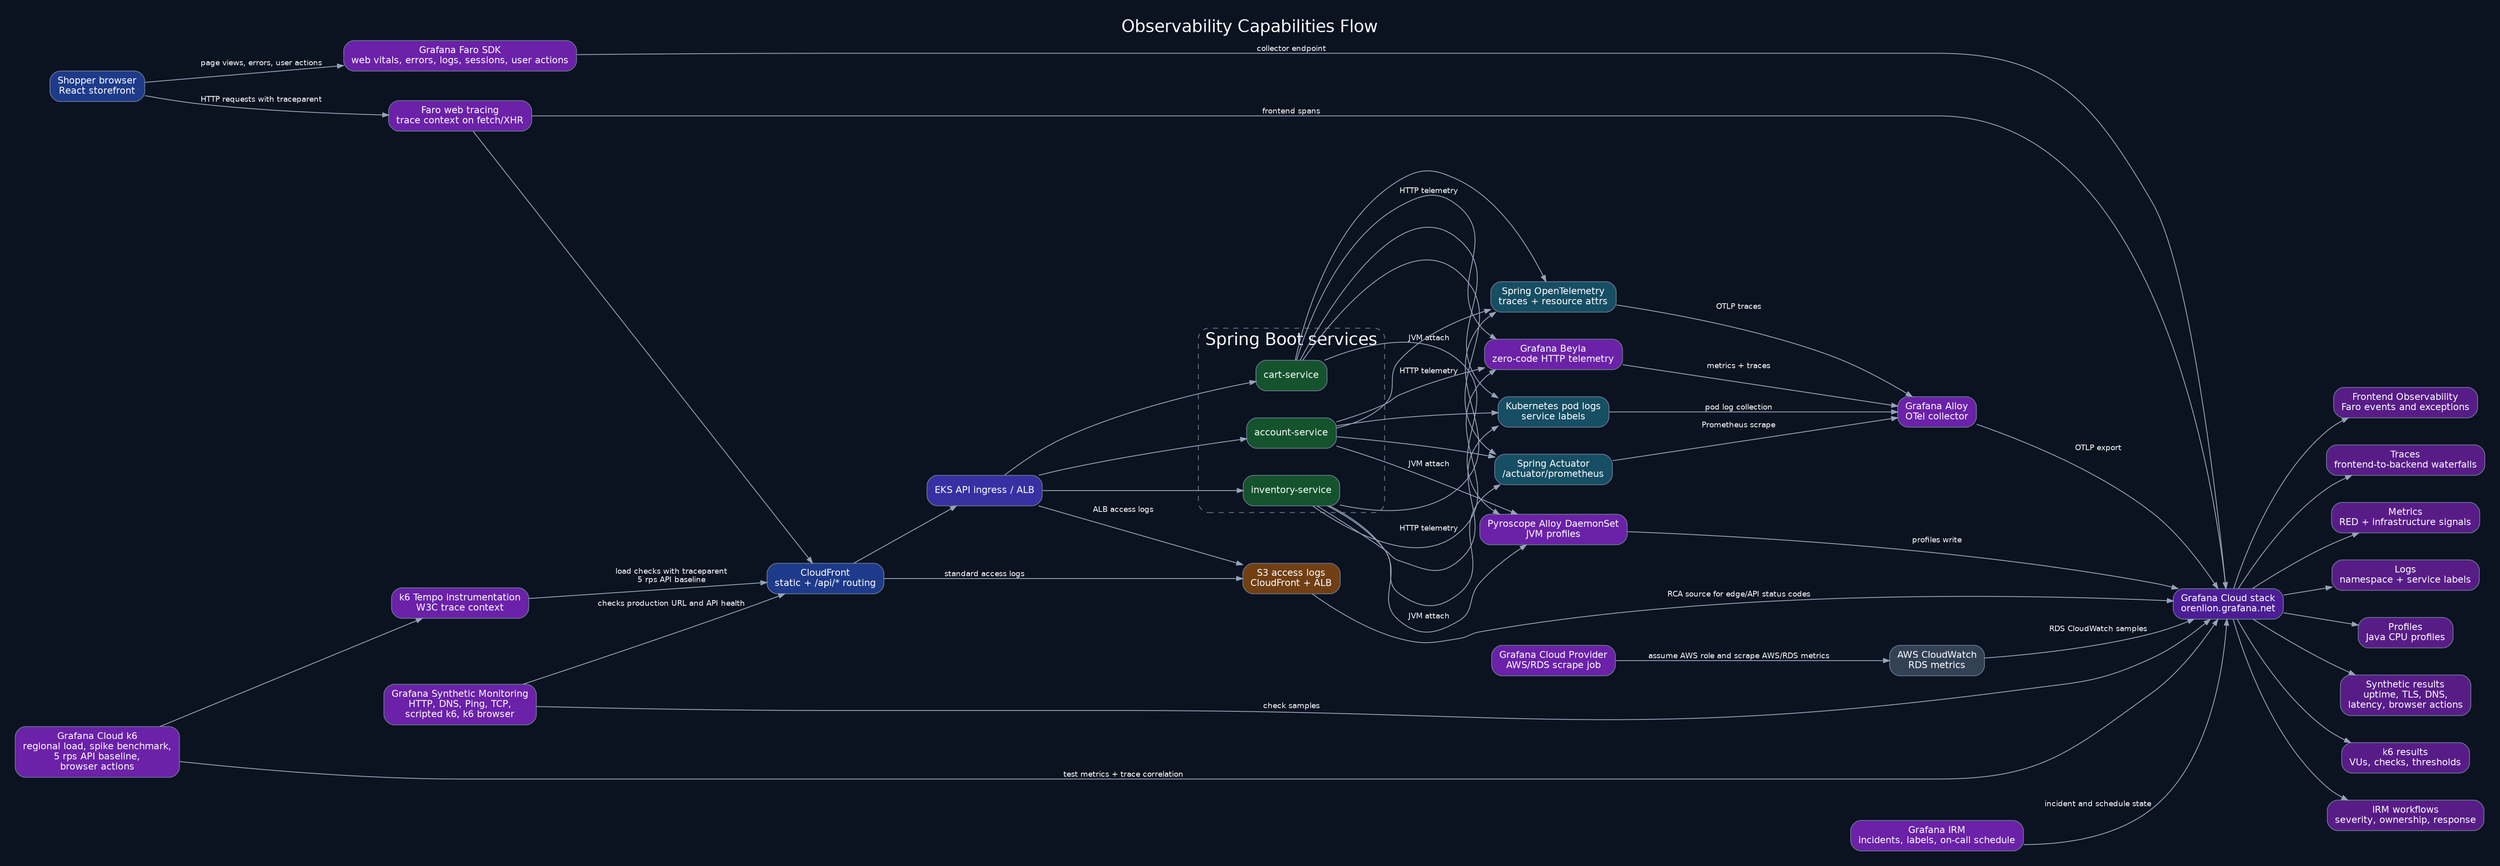
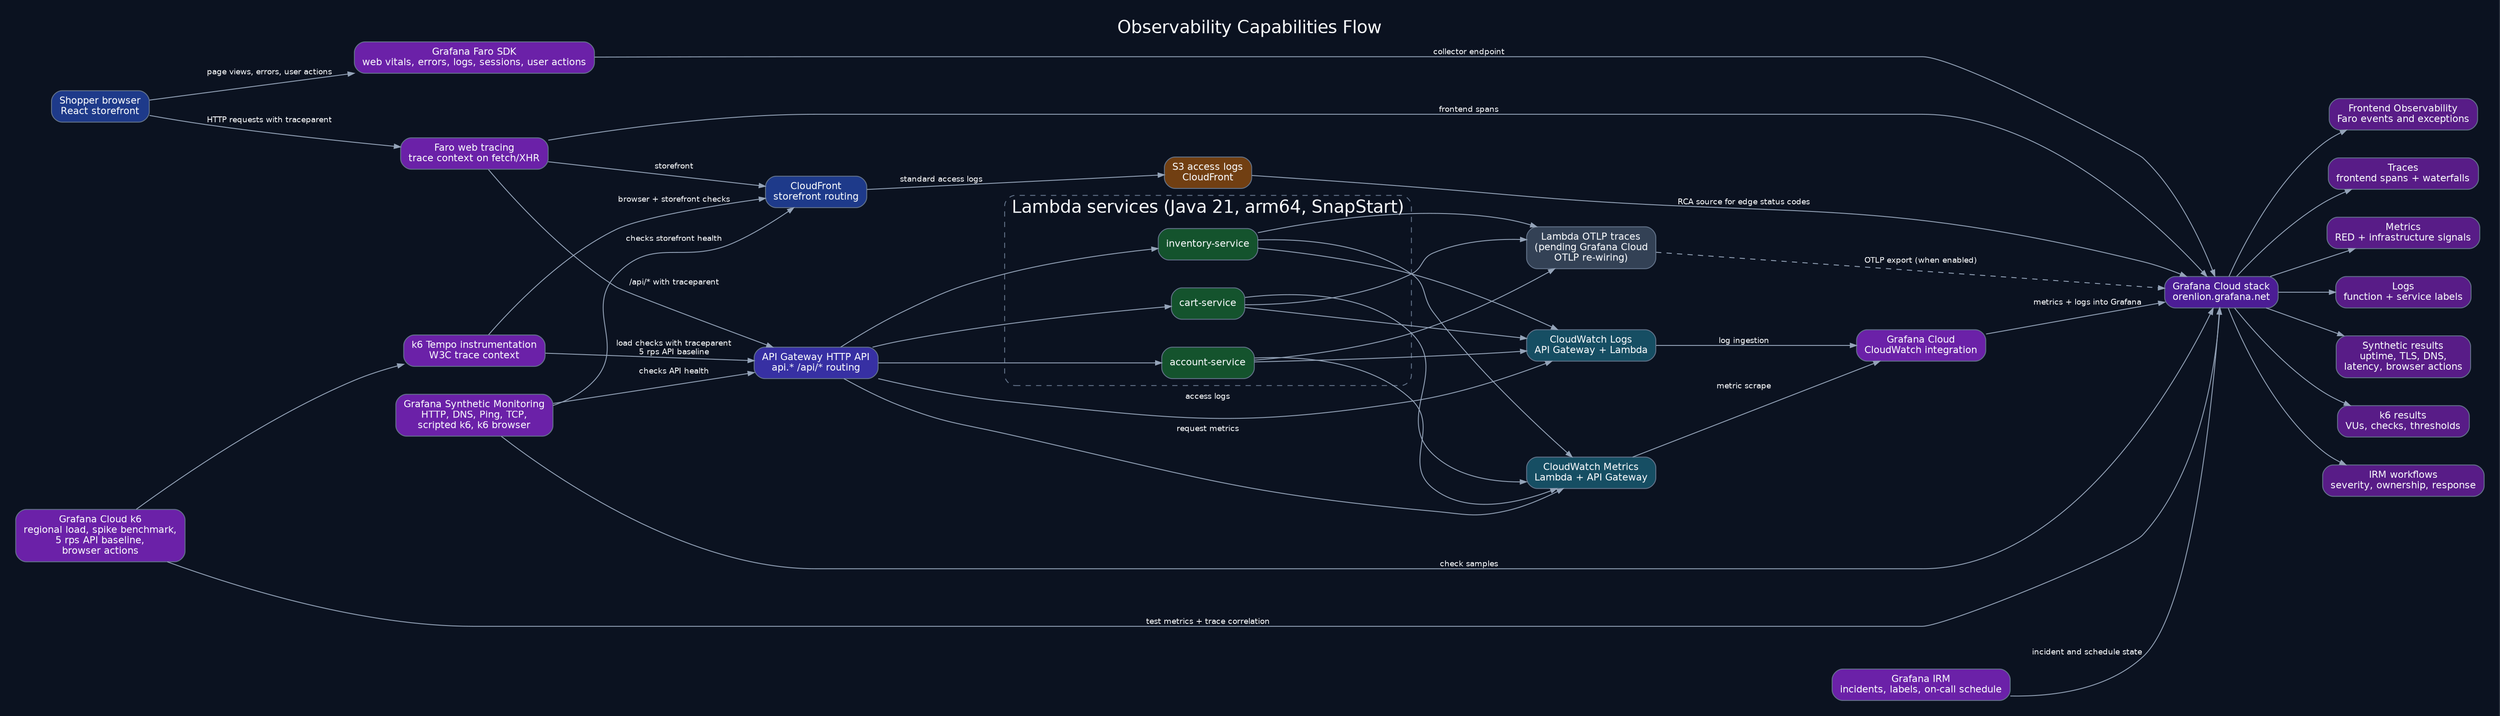
digraph observability_capabilities_flow {
  rankdir=LR;
  label="Observability Capabilities Flow";

  graph [
    fontname="Helvetica",
    fontsize=20,
    labelloc=t,
    bgcolor="#0b1220",
    fontcolor="#f8fafc",
    pad=0.25,
    nodesep=0.45,
    ranksep=0.7
  ];
  node [
    shape=box,
    style="rounded,filled",
    fontname="Helvetica",
    fontsize=11,
    color="#64748b",
    fillcolor="#111827",
    fontcolor="#f8fafc",
    margin="0.12,0.08"
  ];
  edge [
    fontname="Helvetica",
    fontsize=9,
    color="#94a3b8",
    fontcolor="#f8fafc",
    arrowsize=0.7
  ];


  browser [label="Shopper browser\nReact storefront", fillcolor="#1e3a8a"];
  faro [label="Grafana Faro SDK\nweb vitals, errors, logs, sessions, user actions", fillcolor="#6b21a8"];
  tracing [label="Faro web tracing\ntrace context on fetch/XHR", fillcolor="#6b21a8"];
-   cloudfront [label="CloudFront\nstatic + /api/* routing", fillcolor="#1e3a8a"];
-   ingress [label="EKS API ingress / ALB", fillcolor="#3730a3"];
-   edgeLogs [label="S3 access logs\nCloudFront + ALB", fillcolor="#713f12"];
+   cloudfront [label="CloudFront\nstorefront routing", fillcolor="#1e3a8a"];
+   apiGw [label="API Gateway HTTP API\napi.* /api/* routing", fillcolor="#3730a3"];
+   edgeLogs [label="S3 access logs\nCloudFront", fillcolor="#713f12"];

  subgraph cluster_services {
-     label="Spring Boot services";
+     label="Lambda services (Java 21, arm64, SnapStart)";
    color="#64748b";
    fontcolor="#f8fafc";
    style="rounded,dashed";
    inventory [label="inventory-service", fillcolor="#14532d"];
    cart [label="cart-service", fillcolor="#14532d"];
    account [label="account-service", fillcolor="#14532d"];
  }

-   actuator [label="Spring Actuator\n/actuator/prometheus", fillcolor="#164e63"];
-   otel [label="Spring OpenTelemetry\ntraces + resource attrs", fillcolor="#164e63"];
-   logs [label="Kubernetes pod logs\nservice labels", fillcolor="#164e63"];
-   beyla [label="Grafana Beyla\nzero-code HTTP telemetry", fillcolor="#6b21a8"];
-   pyroscope [label="Pyroscope Alloy DaemonSet\nJVM profiles", fillcolor="#6b21a8"];
-   alloy [label="Grafana Alloy\nOTel collector", fillcolor="#6b21a8"];
-   cloudwatch [label="AWS CloudWatch\nRDS metrics", fillcolor="#334155"];
-   cloudwatchScrape [label="Grafana Cloud Provider\nAWS/RDS scrape job", fillcolor="#6b21a8"];
+   otel [label="Lambda OTLP traces\n(pending Grafana Cloud\nOTLP re-wiring)", fillcolor="#334155"];
+   cwLogs [label="CloudWatch Logs\nAPI Gateway + Lambda", fillcolor="#164e63"];
+   cwMetrics [label="CloudWatch Metrics\nLambda + API Gateway", fillcolor="#164e63"];
+   cwIntegration [label="Grafana Cloud\nCloudWatch integration", fillcolor="#6b21a8"];
  synth [label="Grafana Synthetic Monitoring\nHTTP, DNS, Ping, TCP,\nscripted k6, k6 browser", fillcolor="#6b21a8"];
  k6 [label="Grafana Cloud k6\nregional load, spike benchmark,\n5 rps API baseline,\nbrowser actions", fillcolor="#6b21a8"];
  k6Tracing [label="k6 Tempo instrumentation\nW3C trace context", fillcolor="#6b21a8"];
  irm [label="Grafana IRM\nincidents, labels, on-call schedule", fillcolor="#6b21a8"];

  grafana [label="Grafana Cloud stack\norenlion.grafana.net", fillcolor="#4c1d95"];
  frontendObs [label="Frontend Observability\nFaro events and exceptions", fillcolor="#581c87"];
-   tempo [label="Traces\nfrontend-to-backend waterfalls", fillcolor="#581c87"];
+   tempo [label="Traces\nfrontend spans + waterfalls", fillcolor="#581c87"];
  prometheus [label="Metrics\nRED + infrastructure signals", fillcolor="#581c87"];
-   loki [label="Logs\nnamespace + service labels", fillcolor="#581c87"];
-   profiles [label="Profiles\nJava CPU profiles", fillcolor="#581c87"];
+   loki [label="Logs\nfunction + service labels", fillcolor="#581c87"];
  smResults [label="Synthetic results\nuptime, TLS, DNS,\nlatency, browser actions", fillcolor="#581c87"];
  k6Results [label="k6 results\nVUs, checks, thresholds", fillcolor="#581c87"];
  incidents [label="IRM workflows\nseverity, ownership, response", fillcolor="#581c87"];

  browser -> faro [label="page views, errors, user actions"];
  browser -> tracing [label="HTTP requests with traceparent"];
-   tracing -> cloudfront -> ingress;
+   tracing -> cloudfront [label="storefront"];
+   tracing -> apiGw [label="/api/* with traceparent"];
  cloudfront -> edgeLogs [label="standard access logs"];
-   ingress -> edgeLogs [label="ALB access logs"];
-   ingress -> inventory;
-   ingress -> cart;
-   ingress -> account;
+   apiGw -> inventory;
+   apiGw -> cart;
+   apiGw -> account;
  faro -> grafana [label="collector endpoint"];
  tracing -> grafana [label="frontend spans"];
-   inventory -> actuator;
-   cart -> actuator;
-   account -> actuator;
  inventory -> otel;
  cart -> otel;
  account -> otel;
-   inventory -> logs;
-   cart -> logs;
-   account -> logs;
-   inventory -> beyla [label="HTTP telemetry"];
-   cart -> beyla [label="HTTP telemetry"];
-   account -> beyla [label="HTTP telemetry"];
-   inventory -> pyroscope [label="JVM attach"];
-   cart -> pyroscope [label="JVM attach"];
-   account -> pyroscope [label="JVM attach"];
-   actuator -> alloy [label="Prometheus scrape"];
-   otel -> alloy [label="OTLP traces"];
-   logs -> alloy [label="pod log collection"];
-   edgeLogs -> grafana [label="RCA source for edge/API status codes"];
-   beyla -> alloy [label="metrics + traces"];
-   pyroscope -> grafana [label="profiles write"];
-   alloy -> grafana [label="OTLP export"];
-   cloudwatchScrape -> cloudwatch [label="assume AWS role and scrape AWS/RDS metrics"];
-   cloudwatch -> grafana [label="RDS CloudWatch samples"];
-   synth -> cloudfront [label="checks production URL and API health"];
+   inventory -> cwLogs;
+   cart -> cwLogs;
+   account -> cwLogs;
+   inventory -> cwMetrics;
+   cart -> cwMetrics;
+   account -> cwMetrics;
+   apiGw -> cwLogs [label="access logs"];
+   apiGw -> cwMetrics [label="request metrics"];
+   cwLogs -> cwIntegration [label="log ingestion"];
+   cwMetrics -> cwIntegration [label="metric scrape"];
+   otel -> grafana [label="OTLP export (when enabled)", style=dashed];
+   edgeLogs -> grafana [label="RCA source for edge status codes"];
+   cwIntegration -> grafana [label="metrics + logs into Grafana"];
+   synth -> cloudfront [label="checks storefront health"];
+   synth -> apiGw [label="checks API health"];
  synth -> grafana [label="check samples"];
  k6 -> k6Tracing;
-   k6Tracing -> cloudfront [label="load checks with traceparent\n5 rps API baseline"];
+   k6Tracing -> apiGw [label="load checks with traceparent\n5 rps API baseline"];
+   k6Tracing -> cloudfront [label="browser + storefront checks"];
  k6 -> grafana [label="test metrics + trace correlation"];
  irm -> grafana [label="incident and schedule state"];
  grafana -> frontendObs;
  grafana -> tempo;
  grafana -> prometheus;
  grafana -> loki;
-   grafana -> profiles;
  grafana -> smResults;
  grafana -> k6Results;
  grafana -> incidents;
}
